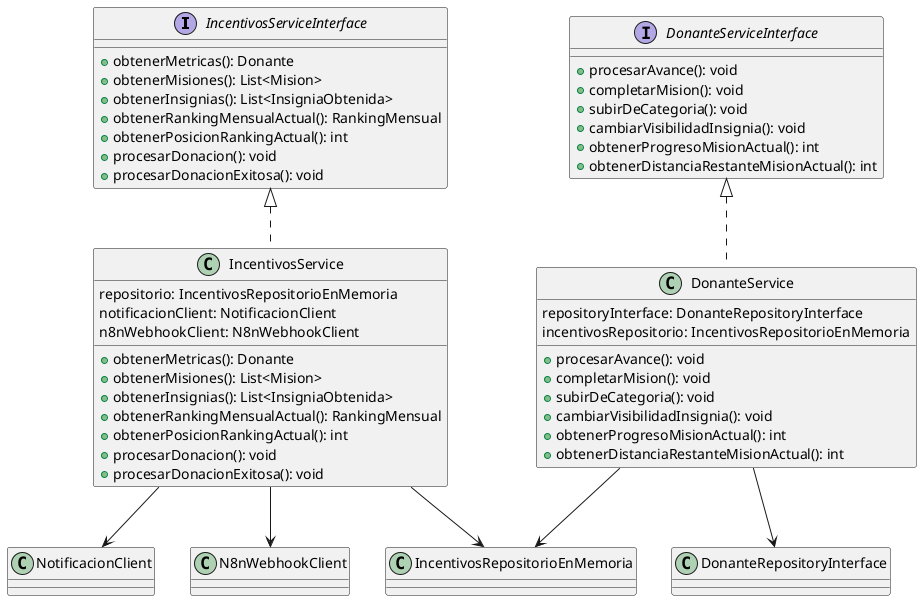
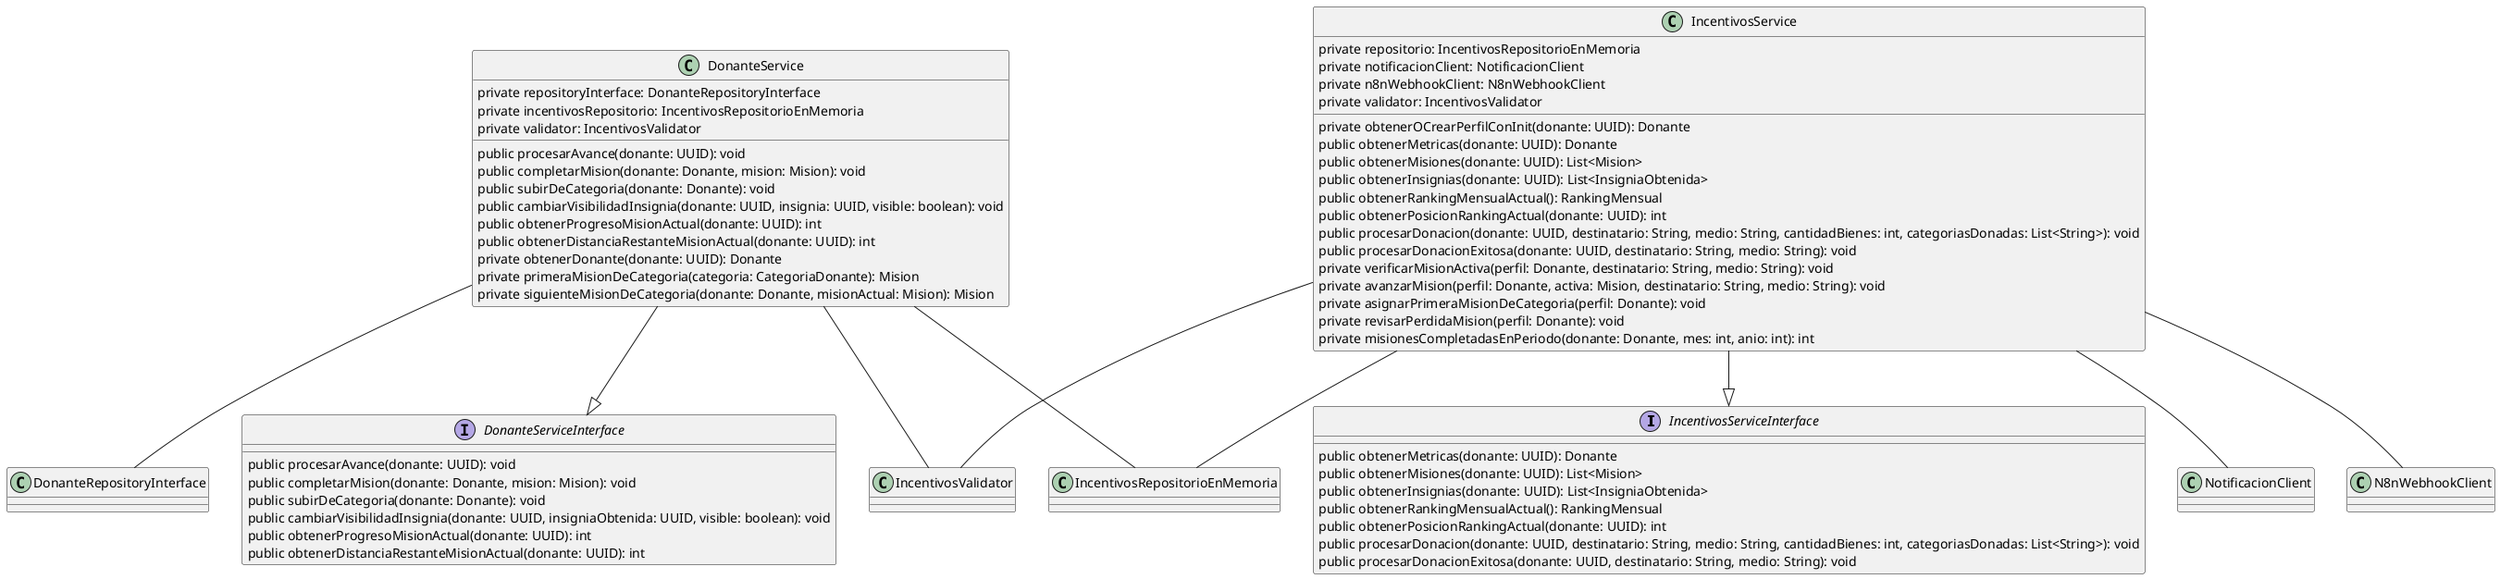
@startuml diagramaClasesIncentivosServices

interface IncentivosServiceInterface {
-     + obtenerMetricas(): Donante
-     + obtenerMisiones(): List<Mision>
-     + obtenerInsignias(): List<InsigniaObtenida>
-     + obtenerRankingMensualActual(): RankingMensual
-     + obtenerPosicionRankingActual(): int
-     + procesarDonacion(): void
-     + procesarDonacionExitosa(): void
+     public obtenerMetricas(donante: UUID): Donante
+     public obtenerMisiones(donante: UUID): List<Mision>
+     public obtenerInsignias(donante: UUID): List<InsigniaObtenida>
+     public obtenerRankingMensualActual(): RankingMensual
+     public obtenerPosicionRankingActual(donante: UUID): int
+     public procesarDonacion(donante: UUID, destinatario: String, medio: String, cantidadBienes: int, categoriasDonadas: List<String>): void
+     public procesarDonacionExitosa(donante: UUID, destinatario: String, medio: String): void
}

- class IncentivosService implements IncentivosServiceInterface {
+ class IncentivosService {

- repositorio: IncentivosRepositorioEnMemoria
- notificacionClient: NotificacionClient
- n8nWebhookClient: N8nWebhookClient
+     private repositorio: IncentivosRepositorioEnMemoria
+     private notificacionClient: NotificacionClient
+     private n8nWebhookClient: N8nWebhookClient
+     private validator: IncentivosValidator

-     + obtenerMetricas(): Donante
-     + obtenerMisiones(): List<Mision>
-     + obtenerInsignias(): List<InsigniaObtenida>
-     + obtenerRankingMensualActual(): RankingMensual
-     + obtenerPosicionRankingActual(): int
-     + procesarDonacion(): void
-     + procesarDonacionExitosa(): void
+     private obtenerOCrearPerfilConInit(donante: UUID): Donante
+     public obtenerMetricas(donante: UUID): Donante
+     public obtenerMisiones(donante: UUID): List<Mision>
+     public obtenerInsignias(donante: UUID): List<InsigniaObtenida>
+     public obtenerRankingMensualActual(): RankingMensual
+     public obtenerPosicionRankingActual(donante: UUID): int
+     public procesarDonacion(donante: UUID, destinatario: String, medio: String, cantidadBienes: int, categoriasDonadas: List<String>): void
+     public procesarDonacionExitosa(donante: UUID, destinatario: String, medio: String): void
+     private verificarMisionActiva(perfil: Donante, destinatario: String, medio: String): void
+     private avanzarMision(perfil: Donante, activa: Mision, destinatario: String, medio: String): void
+     private asignarPrimeraMisionDeCategoria(perfil: Donante): void
+     private revisarPerdidaMision(perfil: Donante): void
+     private misionesCompletadasEnPeriodo(donante: Donante, mes: int, anio: int): int
}

interface DonanteServiceInterface {
-     + procesarAvance(): void
-     + completarMision(): void
-     + subirDeCategoria(): void
-     + cambiarVisibilidadInsignia(): void
-     + obtenerProgresoMisionActual(): int
-     + obtenerDistanciaRestanteMisionActual(): int
+     public procesarAvance(donante: UUID): void
+     public completarMision(donante: Donante, mision: Mision): void
+     public subirDeCategoria(donante: Donante): void
+     public cambiarVisibilidadInsignia(donante: UUID, insigniaObtenida: UUID, visible: boolean): void
+     public obtenerProgresoMisionActual(donante: UUID): int
+     public obtenerDistanciaRestanteMisionActual(donante: UUID): int
}

- class DonanteService implements DonanteServiceInterface {
+ class DonanteService {

- repositoryInterface: DonanteRepositoryInterface
- incentivosRepositorio: IncentivosRepositorioEnMemoria
+ private repositoryInterface: DonanteRepositoryInterface
+ private incentivosRepositorio: IncentivosRepositorioEnMemoria
+ private validator: IncentivosValidator

-     + procesarAvance(): void
-     + completarMision(): void
-     + subirDeCategoria(): void
-     + cambiarVisibilidadInsignia(): void
-     + obtenerProgresoMisionActual(): int
-     + obtenerDistanciaRestanteMisionActual(): int
+     public procesarAvance(donante: UUID): void
+     public completarMision(donante: Donante, mision: Mision): void
+     public subirDeCategoria(donante: Donante): void
+     public cambiarVisibilidadInsignia(donante: UUID, insignia: UUID, visible: boolean): void
+     public obtenerProgresoMisionActual(donante: UUID): int
+     public obtenerDistanciaRestanteMisionActual(donante: UUID): int
+     private obtenerDonante(donante: UUID): Donante
+     private primeraMisionDeCategoria(categoria: CategoriaDonante): Mision
+     private siguienteMisionDeCategoria(donante: Donante, misionActual: Mision): Mision
}

- IncentivosService --> IncentivosRepositorioEnMemoria
- IncentivosService --> NotificacionClient
- IncentivosService --> N8nWebhookClient
+ IncentivosService --|> IncentivosServiceInterface
+ DonanteService --|> DonanteServiceInterface

- DonanteService --> DonanteRepositoryInterface
- DonanteService --> IncentivosRepositorioEnMemoria
+ IncentivosService -- IncentivosRepositorioEnMemoria
+ IncentivosService -- NotificacionClient
+ IncentivosService -- N8nWebhookClient
+ IncentivosService -- IncentivosValidator

- @enduml+ DonanteService -- DonanteRepositoryInterface
+ DonanteService -- IncentivosRepositorioEnMemoria
+ DonanteService -- IncentivosValidator
+ 
+ @enduml
